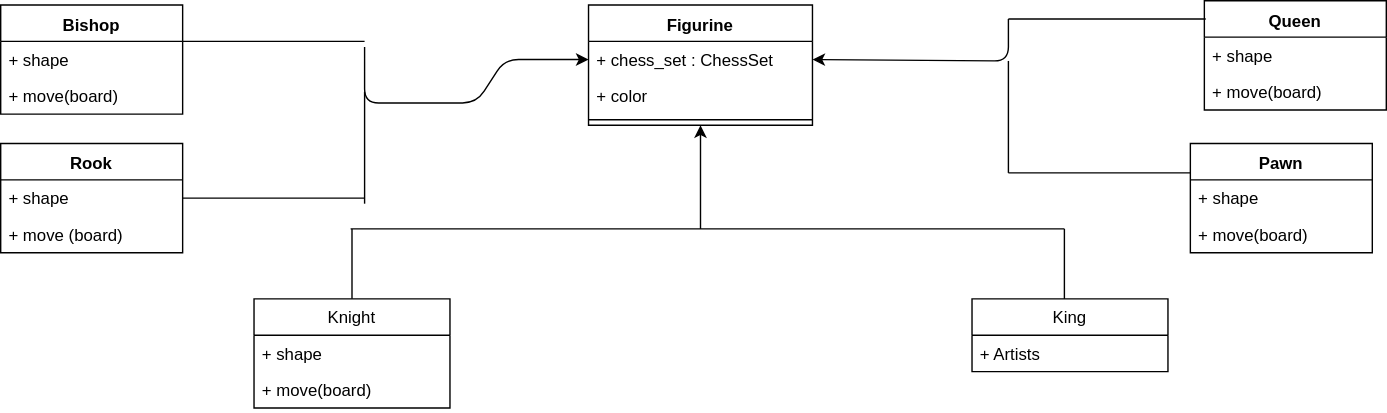
Above: OOP_3x/images/01/svg/21A.svg in stan-alam/Python (draw.io), before the change. Source tidied: cells renumbered, new cells last; positions are measured from the earlier drawing's top-left corner, leaving out a move shared by most shapes.
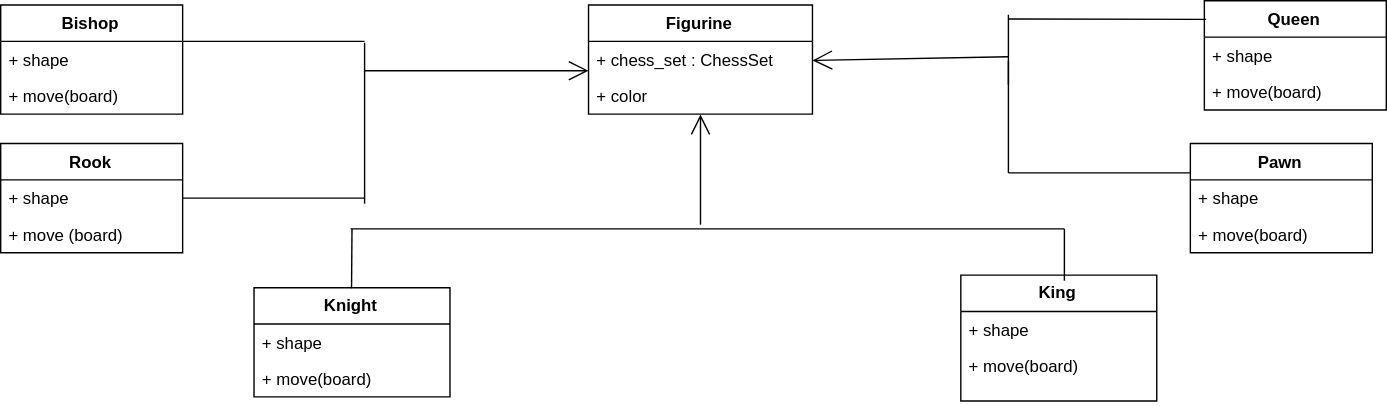
After the commit.

Change to the diagram source:
```diff
@@ -5,32 +5,32 @@
     <mxCell id="2" value="Bishop" style="swimlane;fontStyle=1;align=center;verticalAlign=top;horizontal=1;startSize=26;" parent="1" vertex="1">
       <mxGeometry y="3" width="130" height="78" as="geometry" />
     </mxCell>
-    <mxCell id="3" value="+ shape" style="text;strokeColor=none;fillColor=none;align=left;verticalAlign=top;spacingLeft=4;spacingRight=4;overflow=hidden;" parent="2" vertex="1">
-      <mxGeometry y="26" width="130" height="26" as="geometry" />
-    </mxCell>
-    <mxCell id="4" value="+ move(board)" style="text;strokeColor=none;fillColor=none;align=left;verticalAlign=top;spacingLeft=4;spacingRight=4;overflow=hidden;" parent="2" vertex="1">
-      <mxGeometry y="52" width="130" height="26" as="geometry" />
-    </mxCell>
+    <mxCell id="35" value="+ shape" style="text;strokeColor=none;fillColor=none;align=left;verticalAlign=top;spacingLeft=4;spacingRight=4;overflow=hidden;" parent="2" vertex="1">
+      <mxGeometry y="26" width="130" height="26" as="geometry" />
+    </mxCell>
+    <mxCell id="36" value="+ move(board)" style="text;strokeColor=none;fillColor=none;align=left;verticalAlign=top;spacingLeft=4;spacingRight=4;overflow=hidden;" parent="2" vertex="1">
+      <mxGeometry y="52" width="130" height="26" as="geometry" />
+    </mxCell>
     <mxCell id="5" value="Rook" style="swimlane;fontStyle=1;align=center;verticalAlign=top;horizontal=1;startSize=26;" parent="1" vertex="1">
       <mxGeometry y="102" width="130" height="78" as="geometry" />
     </mxCell>
-    <mxCell id="6" value="+ shape" style="text;strokeColor=none;fillColor=none;align=left;verticalAlign=top;spacingLeft=4;spacingRight=4;overflow=hidden;" parent="5" vertex="1">
-      <mxGeometry y="26" width="130" height="26" as="geometry" />
-    </mxCell>
+    <mxCell id="37" value="+ shape" style="text;strokeColor=none;fillColor=none;align=left;verticalAlign=top;spacingLeft=4;spacingRight=4;overflow=hidden;" parent="5" vertex="1">
+      <mxGeometry y="26" width="130" height="26" as="geometry" />
+    </mxCell>
     <mxCell id="7" value="+ move (board)" style="text;strokeColor=none;fillColor=none;align=left;verticalAlign=top;spacingLeft=4;spacingRight=4;overflow=hidden;" parent="5" vertex="1">
       <mxGeometry y="52" width="130" height="26" as="geometry" />
     </mxCell>
-    <mxCell id="8" value="Knight" style="swimlane;fontStyle=0;horizontal=1;startSize=26;fillColor=none;" parent="1" vertex="1">
-      <mxGeometry x="181" y="213" width="140" height="78" as="geometry" />
+    <mxCell id="8" value="Knight" style="swimlane;fontStyle=1;horizontal=1;startSize=26;fillColor=none;" parent="1" vertex="1">
+      <mxGeometry x="181" y="205" width="140" height="78" as="geometry" />
     </mxCell>
-    <mxCell id="9" value="+ shape" style="text;strokeColor=none;fillColor=none;align=left;verticalAlign=top;spacingLeft=4;spacingRight=4;overflow=hidden;" parent="8" vertex="1">
-      <mxGeometry y="26" width="140" height="26" as="geometry" />
-    </mxCell>
+    <mxCell id="38" value="+ shape" style="text;strokeColor=none;fillColor=none;align=left;verticalAlign=top;spacingLeft=4;spacingRight=4;overflow=hidden;" parent="8" vertex="1">
+      <mxGeometry y="26" width="140" height="26" as="geometry" />
+    </mxCell>
     <mxCell id="10" value="+ move(board)" style="text;strokeColor=none;fillColor=none;align=left;verticalAlign=top;spacingLeft=4;spacingRight=4;overflow=hidden;" parent="8" vertex="1">
       <mxGeometry y="52" width="140" height="26" as="geometry" />
     </mxCell>
     <mxCell id="11" value="Figurine" style="swimlane;fontStyle=1;align=center;verticalAlign=top;horizontal=1;startSize=26;" parent="1" vertex="1">
-      <mxGeometry x="420" y="3" width="160" height="86" as="geometry" />
+      <mxGeometry x="420" y="3" width="160" height="78" as="geometry" />
     </mxCell>
     <mxCell id="12" value="+ chess_set : ChessSet" style="text;strokeColor=none;fillColor=none;align=left;verticalAlign=top;spacingLeft=4;spacingRight=4;overflow=hidden;points=[[0,0.5],[1,0.5]];portConstraint=eastwest;" parent="11" vertex="1">
       <mxGeometry y="26" width="160" height="26" as="geometry" />
@@ -38,107 +38,106 @@
     <mxCell id="13" value="+ color" style="text;strokeColor=none;fillColor=none;align=left;verticalAlign=top;spacingLeft=4;spacingRight=4;overflow=hidden;" parent="11" vertex="1">
       <mxGeometry y="52" width="160" height="26" as="geometry" />
     </mxCell>
-    <mxCell id="14" style="line;strokeWidth=1;fillColor=none;align=left;verticalAlign=middle;spacingTop=-1;spacingLeft=3;spacingRight=3;labelPosition=right;" parent="11" vertex="1">
-      <mxGeometry y="78" width="160" height="8" as="geometry" />
-    </mxCell>
-    <mxCell id="15" style="endArrow=classic;html=1;entryX=0.5;entryY=1;entryDx=0;entryDy=0;" parent="11" edge="1" target="11">
-      <mxGeometry relative="1" as="geometry">
-        <mxPoint x="80" y="160" as="sourcePoint" />
-      </mxGeometry>
-    </mxCell>
+    <mxCell id="39" style="endArrow=none;html=1;exitX=0.5;exitY=0;exitDx=0;exitDy=0;" parent="1" edge="1" source="8">
+      <mxGeometry relative="1" as="geometry">
+        <mxPoint x="251" y="163" as="targetPoint" />
+      </mxGeometry>
+    </mxCell>
+    <mxCell id="40" style="endArrow=none;html=1;" parent="1" edge="1">
+      <mxGeometry relative="1" as="geometry">
+        <mxPoint x="250" y="163" as="sourcePoint" />
+        <mxPoint x="760" y="163" as="targetPoint" />
+      </mxGeometry>
+    </mxCell>
+    <mxCell id="41" style="endArrow=none;html=1;" parent="1" edge="1">
+      <mxGeometry relative="1" as="geometry">
+        <mxPoint x="760" y="200" as="sourcePoint" />
+        <mxPoint x="760" y="163" as="targetPoint" />
+      </mxGeometry>
+    </mxCell>
+    <mxCell id="21" value="Queen" style="swimlane;fontStyle=1;align=center;verticalAlign=top;horizontal=1;startSize=26;" parent="1" vertex="1">
+      <mxGeometry x="860" width="130" height="78" as="geometry" />
+    </mxCell>
+    <mxCell id="42" value="+ shape" style="text;strokeColor=none;fillColor=none;align=left;verticalAlign=top;spacingLeft=4;spacingRight=4;overflow=hidden;" parent="21" vertex="1">
+      <mxGeometry y="26" width="130" height="26" as="geometry" />
+    </mxCell>
+    <mxCell id="43" value="+ move(board)" style="text;strokeColor=none;fillColor=none;align=left;verticalAlign=top;spacingLeft=4;spacingRight=4;overflow=hidden;" parent="21" vertex="1">
+      <mxGeometry y="52" width="130" height="26" as="geometry" />
+    </mxCell>
+    <mxCell id="24" value="Pawn" style="swimlane;fontStyle=1;align=center;verticalAlign=top;horizontal=1;startSize=26;" parent="1" vertex="1">
+      <mxGeometry x="850" y="102" width="130" height="78" as="geometry" />
+    </mxCell>
+    <mxCell id="44" value="+ shape" style="text;strokeColor=none;fillColor=none;align=left;verticalAlign=top;spacingLeft=4;spacingRight=4;overflow=hidden;" parent="24" vertex="1">
+      <mxGeometry y="26" width="130" height="26" as="geometry" />
+    </mxCell>
+    <mxCell id="45" value="+ move(board)" style="text;strokeColor=none;fillColor=none;align=left;verticalAlign=top;spacingLeft=4;spacingRight=4;overflow=hidden;" parent="24" vertex="1">
+      <mxGeometry y="52" width="130" height="26" as="geometry" />
+    </mxCell>
+    <mxCell id="46" style="endArrow=none;html=1;entryX=0.008;entryY=0.167;entryDx=0;entryDy=0;entryPerimeter=0;" parent="1" edge="1" target="21">
+      <mxGeometry relative="1" as="geometry">
+        <mxPoint x="720" y="13" as="sourcePoint" />
+      </mxGeometry>
+    </mxCell>
+    <mxCell id="47" style="endArrow=none;html=1;" parent="1" edge="1">
+      <mxGeometry relative="1" as="geometry">
+        <mxPoint x="720" y="123" as="sourcePoint" />
+        <mxPoint x="850" y="123" as="targetPoint" />
+      </mxGeometry>
+    </mxCell>
+    <mxCell id="48" style="endArrow=none;html=1;" parent="1" edge="1">
+      <mxGeometry relative="1" as="geometry">
+        <mxPoint x="720" y="123" as="sourcePoint" />
+        <mxPoint x="720" y="43" as="targetPoint" />
+      </mxGeometry>
+    </mxCell>
+    <mxCell id="49" style="endArrow=none;html=1;" parent="1" edge="1">
+      <mxGeometry relative="1" as="geometry">
+        <mxPoint x="130" y="29" as="sourcePoint" />
+        <mxPoint x="260" y="29" as="targetPoint" />
+      </mxGeometry>
+    </mxCell>
+    <mxCell id="50" style="endArrow=none;html=1;" parent="1" edge="1">
+      <mxGeometry relative="1" as="geometry">
+        <mxPoint x="130" y="141" as="sourcePoint" />
+        <mxPoint x="260" y="141" as="targetPoint" />
+      </mxGeometry>
+    </mxCell>
+    <mxCell id="51" style="endArrow=none;html=1;" parent="1" edge="1">
+      <mxGeometry relative="1" as="geometry">
+        <mxPoint x="260" y="145" as="sourcePoint" />
+        <mxPoint x="260" y="30" as="targetPoint" />
+      </mxGeometry>
+    </mxCell>
-    <mxCell id="16" value="King" style="swimlane;fontStyle=0;horizontal=1;startSize=26;fillColor=none;" parent="1" vertex="1">
-      <mxGeometry x="694" y="213" width="140" height="52" as="geometry" />
+    <mxCell id="16" value="King" style="swimlane;fontStyle=1;horizontal=1;startSize=26;fillColor=none;" parent="1" vertex="1">
+      <mxGeometry x="686" y="196" width="140" height="90" as="geometry" />
     </mxCell>
-    <mxCell id="17" value="+ Artists" style="text;strokeColor=none;fillColor=none;align=left;verticalAlign=top;spacingLeft=4;spacingRight=4;overflow=hidden;" parent="16" vertex="1">
-      <mxGeometry y="26" width="140" height="26" as="geometry" />
-    </mxCell>
-    <mxCell id="18" style="endArrow=none;html=1;exitX=0.5;exitY=0;exitDx=0;exitDy=0;" parent="1" edge="1" source="8">
-      <mxGeometry relative="1" as="geometry">
-        <mxPoint x="251" y="163" as="targetPoint" />
-      </mxGeometry>
-    </mxCell>
-    <mxCell id="19" style="endArrow=none;html=1;" parent="1" edge="1">
-      <mxGeometry relative="1" as="geometry">
-        <mxPoint x="250" y="163" as="sourcePoint" />
-        <mxPoint x="760" y="163" as="targetPoint" />
-      </mxGeometry>
-    </mxCell>
-    <mxCell id="20" style="endArrow=none;html=1;" parent="1" edge="1">
-      <mxGeometry relative="1" as="geometry">
-        <mxPoint x="760" y="213" as="sourcePoint" />
-        <mxPoint x="760" y="163" as="targetPoint" />
-      </mxGeometry>
-    </mxCell>
-    <mxCell id="21" value="Queen" style="swimlane;fontStyle=1;align=center;verticalAlign=top;horizontal=1;startSize=26;" parent="1" vertex="1">
-      <mxGeometry x="860" width="130" height="78" as="geometry" />
-    </mxCell>
-    <mxCell id="22" value="+ shape" style="text;strokeColor=none;fillColor=none;align=left;verticalAlign=top;spacingLeft=4;spacingRight=4;overflow=hidden;" parent="21" vertex="1">
-      <mxGeometry y="26" width="130" height="26" as="geometry" />
-    </mxCell>
-    <mxCell id="23" value="+ move(board)" style="text;strokeColor=none;fillColor=none;align=left;verticalAlign=top;spacingLeft=4;spacingRight=4;overflow=hidden;" parent="21" vertex="1">
-      <mxGeometry y="52" width="130" height="26" as="geometry" />
-    </mxCell>
-    <mxCell id="24" value="Pawn" style="swimlane;fontStyle=1;align=center;verticalAlign=top;horizontal=1;startSize=26;" parent="1" vertex="1">
-      <mxGeometry x="850" y="102" width="130" height="78" as="geometry" />
-    </mxCell>
-    <mxCell id="25" value="+ shape" style="text;strokeColor=none;fillColor=none;align=left;verticalAlign=top;spacingLeft=4;spacingRight=4;overflow=hidden;" parent="24" vertex="1">
-      <mxGeometry y="26" width="130" height="26" as="geometry" />
-    </mxCell>
-    <mxCell id="26" value="+ move(board)" style="text;strokeColor=none;fillColor=none;align=left;verticalAlign=top;spacingLeft=4;spacingRight=4;overflow=hidden;" parent="24" vertex="1">
-      <mxGeometry y="52" width="130" height="26" as="geometry" />
-    </mxCell>
-    <mxCell id="27" style="endArrow=classic;html=1;entryX=1;entryY=0.5;entryDx=0;entryDy=0;" parent="1" edge="1" target="12">
-      <mxGeometry relative="1" as="geometry">
-        <mxPoint x="720" y="13" as="sourcePoint" />
-        <Array as="points">
-          <mxPoint x="720" y="43" />
-        </Array>
-      </mxGeometry>
-    </mxCell>
-    <mxCell id="28" style="endArrow=none;html=1;entryX=0.008;entryY=0.167;entryDx=0;entryDy=0;entryPerimeter=0;" parent="1" edge="1" target="21">
-      <mxGeometry relative="1" as="geometry">
-        <mxPoint x="720" y="13" as="sourcePoint" />
-      </mxGeometry>
-    </mxCell>
-    <mxCell id="29" style="endArrow=none;html=1;" parent="1" edge="1">
-      <mxGeometry relative="1" as="geometry">
-        <mxPoint x="720" y="123" as="sourcePoint" />
-        <mxPoint x="850" y="123" as="targetPoint" />
-      </mxGeometry>
-    </mxCell>
-    <mxCell id="30" style="endArrow=none;html=1;" parent="1" edge="1">
-      <mxGeometry relative="1" as="geometry">
-        <mxPoint x="720" y="123" as="sourcePoint" />
-        <mxPoint x="720" y="43" as="targetPoint" />
-      </mxGeometry>
-    </mxCell>
-    <mxCell id="31" style="endArrow=none;html=1;" parent="1" edge="1">
-      <mxGeometry relative="1" as="geometry">
-        <mxPoint x="130" y="29" as="sourcePoint" />
-        <mxPoint x="260" y="29" as="targetPoint" />
-      </mxGeometry>
-    </mxCell>
-    <mxCell id="32" style="endArrow=none;html=1;" parent="1" edge="1">
-      <mxGeometry relative="1" as="geometry">
-        <mxPoint x="130" y="141" as="sourcePoint" />
-        <mxPoint x="260" y="141" as="targetPoint" />
-      </mxGeometry>
-    </mxCell>
-    <mxCell id="33" style="endArrow=none;html=1;" parent="1" edge="1">
-      <mxGeometry relative="1" as="geometry">
-        <mxPoint x="260" y="145" as="sourcePoint" />
-        <mxPoint x="260" y="65" as="targetPoint" />
-      </mxGeometry>
-    </mxCell>
-    <mxCell id="34" style="endArrow=classic;html=1;entryX=0;entryY=0.5;entryDx=0;entryDy=0;" parent="1" edge="1" target="12">
-      <mxGeometry relative="1" as="geometry">
-        <mxPoint x="260" y="33" as="sourcePoint" />
-        <Array as="points">
-          <mxPoint x="260" y="73" />
-          <mxPoint x="340" y="73" />
-          <mxPoint x="360" y="42" />
-        </Array>
-      </mxGeometry>
-    </mxCell>
+    <mxCell id="52" value="+ shape" style="text;strokeColor=none;fillColor=none;align=left;verticalAlign=top;spacingLeft=4;spacingRight=4;overflow=hidden;" parent="16" vertex="1">
+      <mxGeometry y="26" width="140" height="26" as="geometry" />
+    </mxCell>
+    <mxCell id="53" value="+ move(board)" style="text;strokeColor=none;fillColor=none;align=left;verticalAlign=top;spacingLeft=4;spacingRight=4;overflow=hidden;" parent="16" vertex="1">
+      <mxGeometry y="52" width="140" height="38" as="geometry" />
+    </mxCell>
+    <mxCell id="54" style="endArrow=open;endFill=1;endSize=12;html=1;" parent="1" edge="1">
+      <mxGeometry relative="1" as="geometry">
+        <mxPoint x="260" y="50" as="sourcePoint" />
+        <mxPoint x="420" y="50" as="targetPoint" />
+      </mxGeometry>
+    </mxCell>
+    <mxCell id="55" style="endArrow=open;endFill=1;endSize=12;html=1;entryX=0.5;entryY=1;entryDx=0;entryDy=0;" parent="1" edge="1" target="11">
+      <mxGeometry relative="1" as="geometry">
+        <mxPoint x="500" y="160" as="sourcePoint" />
+      </mxGeometry>
+    </mxCell>
+    <mxCell id="56" style="endArrow=open;endFill=1;endSize=12;html=1;entryX=1;entryY=0.5;entryDx=0;entryDy=0;" parent="1" edge="1" target="12">
+      <mxGeometry relative="1" as="geometry">
+        <mxPoint x="720" y="40" as="sourcePoint" />
+      </mxGeometry>
+    </mxCell>
+    <mxCell id="57" style="endArrow=none;html=1;" parent="1" edge="1">
+      <mxGeometry relative="1" as="geometry">
+        <mxPoint x="720" y="60" as="sourcePoint" />
+        <mxPoint x="720" y="10" as="targetPoint" />
+      </mxGeometry>
+    </mxCell>
   </root>
 </mxGraphModel>
```
